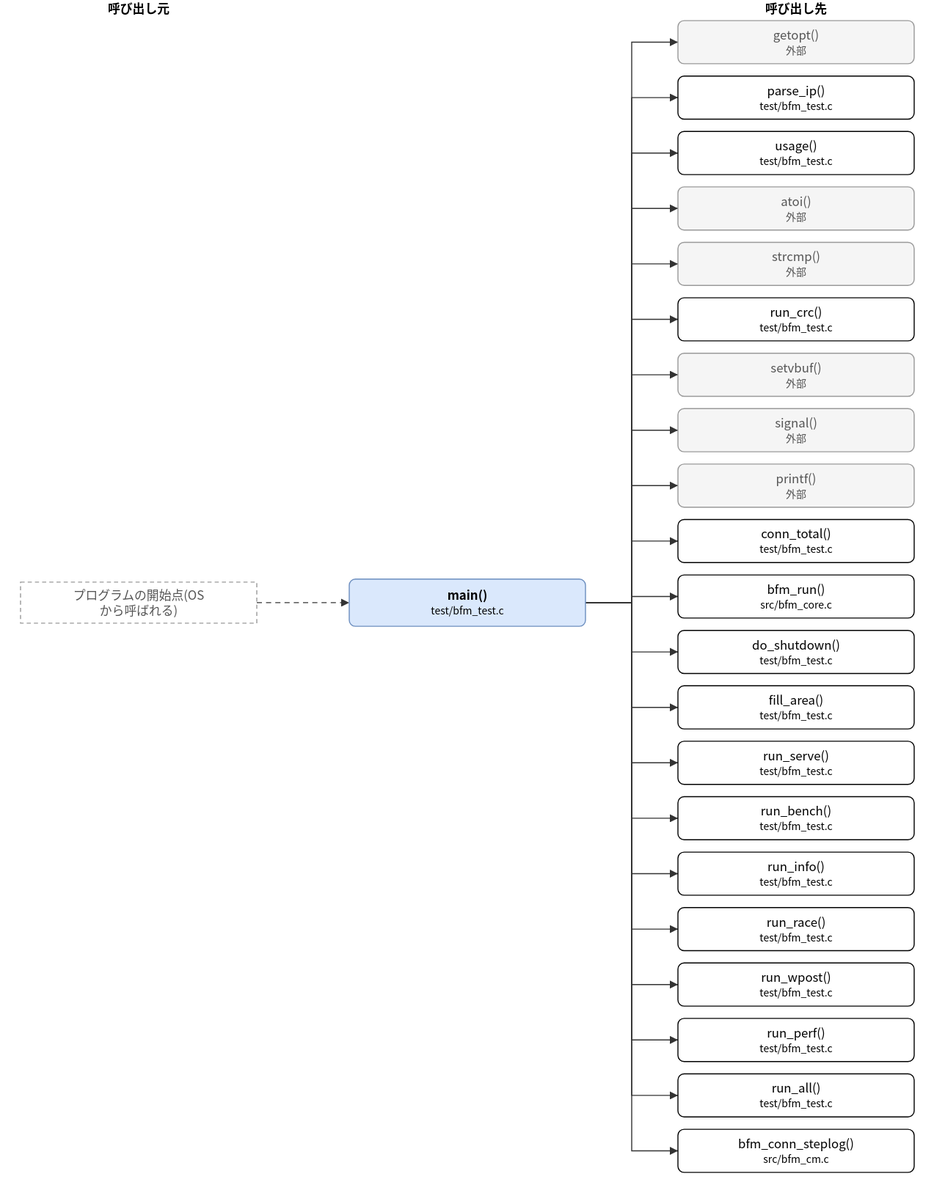
Earlier version of the draw.io export doc/spec/images/call_test_bfm_test-main.drawio.svg (hf355051012-ai/bfmem). Source tidied: cells renumbered, new cells last; positions are measured from the earlier drawing's top-left corner, leaving out a move shared by most shapes.
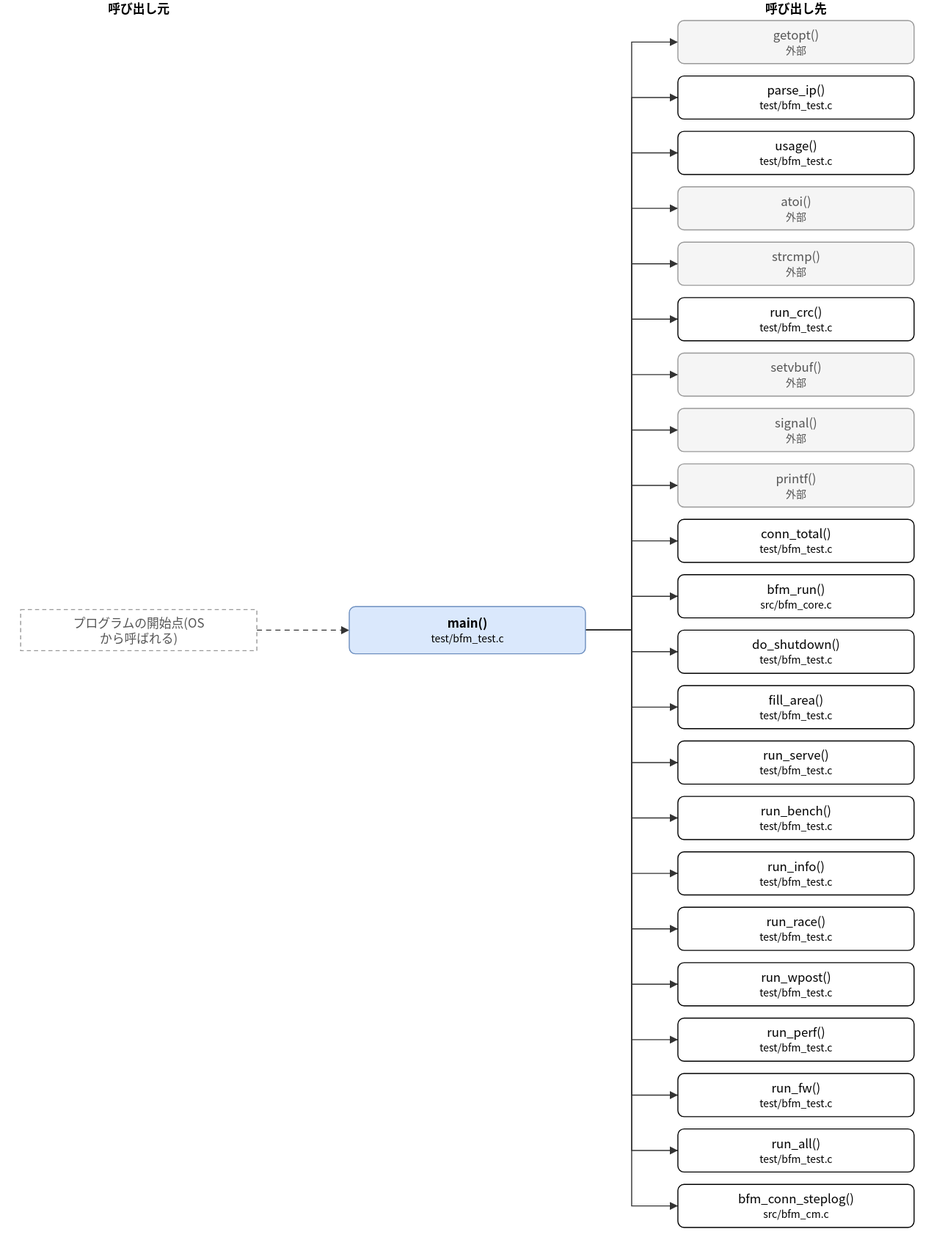
After the change.

Change to the diagram source:
```diff
@@ -3,7 +3,7 @@
     <mxCell id="0" />
     <mxCell id="1" parent="0" />
     <mxCell id="2" value="main()&lt;br&gt;&lt;font style=&quot;font-size:10px&quot;&gt;test/bfm_test.c&lt;/font&gt;" style="rounded=1;whiteSpace=wrap;html=1;fillColor=#dae8fc;strokeColor=#6c8ebf;fontStyle=1;" parent="1" vertex="1">
-      <mxGeometry x="320" y="564" width="230" height="46" as="geometry" />
+      <mxGeometry x="320" y="591" width="230" height="46" as="geometry" />
     </mxCell>
     <mxCell id="3" value="getopt()&lt;br&gt;&lt;font style=&quot;font-size:10px&quot;&gt;外部&lt;/font&gt;" style="rounded=1;whiteSpace=wrap;html=1;fillColor=#f5f5f5;strokeColor=#999999;fontColor=#555555;" parent="1" vertex="1">
       <mxGeometry x="640" y="20" width="230" height="42" as="geometry" />
@@ -62,19 +62,22 @@
     <mxCell id="21" value="run_perf()&lt;br&gt;&lt;font style=&quot;font-size:10px&quot;&gt;test/bfm_test.c&lt;/font&gt;" style="rounded=1;whiteSpace=wrap;html=1;" parent="1" vertex="1">
       <mxGeometry x="640" y="992" width="230" height="42" as="geometry" />
     </mxCell>
-    <mxCell id="22" value="run_all()&lt;br&gt;&lt;font style=&quot;font-size:10px&quot;&gt;test/bfm_test.c&lt;/font&gt;" style="rounded=1;whiteSpace=wrap;html=1;" parent="1" vertex="1">
+    <mxCell id="22" value="run_fw()&lt;br&gt;&lt;font style=&quot;font-size:10px&quot;&gt;test/bfm_test.c&lt;/font&gt;" style="rounded=1;whiteSpace=wrap;html=1;" parent="1" vertex="1">
       <mxGeometry x="640" y="1046" width="230" height="42" as="geometry" />
     </mxCell>
-    <mxCell id="23" value="bfm_conn_steplog()&lt;br&gt;&lt;font style=&quot;font-size:10px&quot;&gt;src/bfm_cm.c&lt;/font&gt;" style="rounded=1;whiteSpace=wrap;html=1;" parent="1" vertex="1">
+    <mxCell id="23" value="run_all()&lt;br&gt;&lt;font style=&quot;font-size:10px&quot;&gt;test/bfm_test.c&lt;/font&gt;" style="rounded=1;whiteSpace=wrap;html=1;" parent="1" vertex="1">
       <mxGeometry x="640" y="1100" width="230" height="42" as="geometry" />
     </mxCell>
+    <mxCell id="49" value="bfm_conn_steplog()&lt;br&gt;&lt;font style=&quot;font-size:10px&quot;&gt;src/bfm_cm.c&lt;/font&gt;" style="rounded=1;whiteSpace=wrap;html=1;" parent="1" vertex="1">
+      <mxGeometry x="640" y="1154" width="230" height="42" as="geometry" />
+    </mxCell>
     <mxCell id="24" value="プログラムの開始点(OS&lt;br&gt;から呼ばれる)" style="rounded=0;whiteSpace=wrap;html=1;dashed=1;strokeColor=#999999;fontColor=#555555;dashed=1;" parent="1" vertex="1">
-      <mxGeometry y="567" width="230" height="40" as="geometry" />
+      <mxGeometry y="594" width="230" height="40" as="geometry" />
     </mxCell>
     <mxCell id="25" style="edgeStyle=none;html=1;rounded=0;endArrow=block;endFill=1;exitX=1.0000;exitY=0.5000;exitDx=0;exitDy=0;exitPerimeter=0;entryX=0.0000;entryY=0.5000;entryDx=0;entryDy=0;entryPerimeter=0;" parent="1" edge="1" source="2" target="3">
       <mxGeometry relative="1" as="geometry">
         <Array as="points">
-          <mxPoint x="595" y="587" />
+          <mxPoint x="595" y="614" />
           <mxPoint x="595" y="41" />
         </Array>
       </mxGeometry>
@@ -82,7 +85,7 @@
     <mxCell id="26" style="edgeStyle=none;html=1;rounded=0;endArrow=block;endFill=1;exitX=1.0000;exitY=0.5000;exitDx=0;exitDy=0;exitPerimeter=0;entryX=0.0000;entryY=0.5000;entryDx=0;entryDy=0;entryPerimeter=0;" parent="1" edge="1" source="2" target="4">
       <mxGeometry relative="1" as="geometry">
         <Array as="points">
-          <mxPoint x="595" y="587" />
+          <mxPoint x="595" y="614" />
           <mxPoint x="595" y="95" />
         </Array>
       </mxGeometry>
@@ -90,7 +93,7 @@
     <mxCell id="27" style="edgeStyle=none;html=1;rounded=0;endArrow=block;endFill=1;exitX=1.0000;exitY=0.5000;exitDx=0;exitDy=0;exitPerimeter=0;entryX=0.0000;entryY=0.5000;entryDx=0;entryDy=0;entryPerimeter=0;" parent="1" edge="1" source="2" target="5">
       <mxGeometry relative="1" as="geometry">
         <Array as="points">
-          <mxPoint x="595" y="587" />
+          <mxPoint x="595" y="614" />
           <mxPoint x="595" y="149" />
         </Array>
       </mxGeometry>
@@ -98,7 +101,7 @@
     <mxCell id="28" style="edgeStyle=none;html=1;rounded=0;endArrow=block;endFill=1;exitX=1.0000;exitY=0.5000;exitDx=0;exitDy=0;exitPerimeter=0;entryX=0.0000;entryY=0.5000;entryDx=0;entryDy=0;entryPerimeter=0;" parent="1" edge="1" source="2" target="6">
       <mxGeometry relative="1" as="geometry">
         <Array as="points">
-          <mxPoint x="595" y="587" />
+          <mxPoint x="595" y="614" />
           <mxPoint x="595" y="203" />
         </Array>
       </mxGeometry>
@@ -106,7 +109,7 @@
     <mxCell id="29" style="edgeStyle=none;html=1;rounded=0;endArrow=block;endFill=1;exitX=1.0000;exitY=0.5000;exitDx=0;exitDy=0;exitPerimeter=0;entryX=0.0000;entryY=0.5000;entryDx=0;entryDy=0;entryPerimeter=0;" parent="1" edge="1" source="2" target="7">
       <mxGeometry relative="1" as="geometry">
         <Array as="points">
-          <mxPoint x="595" y="587" />
+          <mxPoint x="595" y="614" />
           <mxPoint x="595" y="257" />
         </Array>
       </mxGeometry>
@@ -114,7 +117,7 @@
     <mxCell id="30" style="edgeStyle=none;html=1;rounded=0;endArrow=block;endFill=1;exitX=1.0000;exitY=0.5000;exitDx=0;exitDy=0;exitPerimeter=0;entryX=0.0000;entryY=0.5000;entryDx=0;entryDy=0;entryPerimeter=0;" parent="1" edge="1" source="2" target="8">
       <mxGeometry relative="1" as="geometry">
         <Array as="points">
-          <mxPoint x="595" y="587" />
+          <mxPoint x="595" y="614" />
           <mxPoint x="595" y="311" />
         </Array>
       </mxGeometry>
@@ -122,7 +125,7 @@
     <mxCell id="31" style="edgeStyle=none;html=1;rounded=0;endArrow=block;endFill=1;exitX=1.0000;exitY=0.5000;exitDx=0;exitDy=0;exitPerimeter=0;entryX=0.0000;entryY=0.5000;entryDx=0;entryDy=0;entryPerimeter=0;" parent="1" edge="1" source="2" target="9">
       <mxGeometry relative="1" as="geometry">
         <Array as="points">
-          <mxPoint x="595" y="587" />
+          <mxPoint x="595" y="614" />
           <mxPoint x="595" y="365" />
         </Array>
       </mxGeometry>
@@ -130,7 +133,7 @@
     <mxCell id="32" style="edgeStyle=none;html=1;rounded=0;endArrow=block;endFill=1;exitX=1.0000;exitY=0.5000;exitDx=0;exitDy=0;exitPerimeter=0;entryX=0.0000;entryY=0.5000;entryDx=0;entryDy=0;entryPerimeter=0;" parent="1" edge="1" source="2" target="10">
       <mxGeometry relative="1" as="geometry">
         <Array as="points">
-          <mxPoint x="595" y="587" />
+          <mxPoint x="595" y="614" />
           <mxPoint x="595" y="419" />
         </Array>
       </mxGeometry>
@@ -138,7 +141,7 @@
     <mxCell id="33" style="edgeStyle=none;html=1;rounded=0;endArrow=block;endFill=1;exitX=1.0000;exitY=0.5000;exitDx=0;exitDy=0;exitPerimeter=0;entryX=0.0000;entryY=0.5000;entryDx=0;entryDy=0;entryPerimeter=0;" parent="1" edge="1" source="2" target="11">
       <mxGeometry relative="1" as="geometry">
         <Array as="points">
-          <mxPoint x="595" y="587" />
+          <mxPoint x="595" y="614" />
           <mxPoint x="595" y="473" />
         </Array>
       </mxGeometry>
@@ -146,7 +149,7 @@
     <mxCell id="34" style="edgeStyle=none;html=1;rounded=0;endArrow=block;endFill=1;exitX=1.0000;exitY=0.5000;exitDx=0;exitDy=0;exitPerimeter=0;entryX=0.0000;entryY=0.5000;entryDx=0;entryDy=0;entryPerimeter=0;" parent="1" edge="1" source="2" target="12">
       <mxGeometry relative="1" as="geometry">
         <Array as="points">
-          <mxPoint x="595" y="587" />
+          <mxPoint x="595" y="614" />
           <mxPoint x="595" y="527" />
         </Array>
       </mxGeometry>
@@ -154,7 +157,7 @@
     <mxCell id="35" style="edgeStyle=none;html=1;rounded=0;endArrow=block;endFill=1;exitX=1.0000;exitY=0.5000;exitDx=0;exitDy=0;exitPerimeter=0;entryX=0.0000;entryY=0.5000;entryDx=0;entryDy=0;entryPerimeter=0;" parent="1" edge="1" source="2" target="13">
       <mxGeometry relative="1" as="geometry">
         <Array as="points">
-          <mxPoint x="595" y="587" />
+          <mxPoint x="595" y="614" />
           <mxPoint x="595" y="581" />
         </Array>
       </mxGeometry>
@@ -162,7 +165,7 @@
     <mxCell id="36" style="edgeStyle=none;html=1;rounded=0;endArrow=block;endFill=1;exitX=1.0000;exitY=0.5000;exitDx=0;exitDy=0;exitPerimeter=0;entryX=0.0000;entryY=0.5000;entryDx=0;entryDy=0;entryPerimeter=0;" parent="1" edge="1" source="2" target="14">
       <mxGeometry relative="1" as="geometry">
         <Array as="points">
-          <mxPoint x="595" y="587" />
+          <mxPoint x="595" y="614" />
           <mxPoint x="595" y="635" />
         </Array>
       </mxGeometry>
@@ -170,7 +173,7 @@
     <mxCell id="37" style="edgeStyle=none;html=1;rounded=0;endArrow=block;endFill=1;exitX=1.0000;exitY=0.5000;exitDx=0;exitDy=0;exitPerimeter=0;entryX=0.0000;entryY=0.5000;entryDx=0;entryDy=0;entryPerimeter=0;" parent="1" edge="1" source="2" target="15">
       <mxGeometry relative="1" as="geometry">
         <Array as="points">
-          <mxPoint x="595" y="587" />
+          <mxPoint x="595" y="614" />
           <mxPoint x="595" y="689" />
         </Array>
       </mxGeometry>
@@ -178,7 +181,7 @@
     <mxCell id="38" style="edgeStyle=none;html=1;rounded=0;endArrow=block;endFill=1;exitX=1.0000;exitY=0.5000;exitDx=0;exitDy=0;exitPerimeter=0;entryX=0.0000;entryY=0.5000;entryDx=0;entryDy=0;entryPerimeter=0;" parent="1" edge="1" source="2" target="16">
       <mxGeometry relative="1" as="geometry">
         <Array as="points">
-          <mxPoint x="595" y="587" />
+          <mxPoint x="595" y="614" />
           <mxPoint x="595" y="743" />
         </Array>
       </mxGeometry>
@@ -186,7 +189,7 @@
     <mxCell id="39" style="edgeStyle=none;html=1;rounded=0;endArrow=block;endFill=1;exitX=1.0000;exitY=0.5000;exitDx=0;exitDy=0;exitPerimeter=0;entryX=0.0000;entryY=0.5000;entryDx=0;entryDy=0;entryPerimeter=0;" parent="1" edge="1" source="2" target="17">
       <mxGeometry relative="1" as="geometry">
         <Array as="points">
-          <mxPoint x="595" y="587" />
+          <mxPoint x="595" y="614" />
           <mxPoint x="595" y="797" />
         </Array>
       </mxGeometry>
@@ -194,7 +197,7 @@
     <mxCell id="40" style="edgeStyle=none;html=1;rounded=0;endArrow=block;endFill=1;exitX=1.0000;exitY=0.5000;exitDx=0;exitDy=0;exitPerimeter=0;entryX=0.0000;entryY=0.5000;entryDx=0;entryDy=0;entryPerimeter=0;" parent="1" edge="1" source="2" target="18">
       <mxGeometry relative="1" as="geometry">
         <Array as="points">
-          <mxPoint x="595" y="587" />
+          <mxPoint x="595" y="614" />
           <mxPoint x="595" y="851" />
         </Array>
       </mxGeometry>
@@ -202,7 +205,7 @@
     <mxCell id="41" style="edgeStyle=none;html=1;rounded=0;endArrow=block;endFill=1;exitX=1.0000;exitY=0.5000;exitDx=0;exitDy=0;exitPerimeter=0;entryX=0.0000;entryY=0.5000;entryDx=0;entryDy=0;entryPerimeter=0;" parent="1" edge="1" source="2" target="19">
       <mxGeometry relative="1" as="geometry">
         <Array as="points">
-          <mxPoint x="595" y="587" />
+          <mxPoint x="595" y="614" />
           <mxPoint x="595" y="905" />
         </Array>
       </mxGeometry>
@@ -210,7 +213,7 @@
     <mxCell id="42" style="edgeStyle=none;html=1;rounded=0;endArrow=block;endFill=1;exitX=1.0000;exitY=0.5000;exitDx=0;exitDy=0;exitPerimeter=0;entryX=0.0000;entryY=0.5000;entryDx=0;entryDy=0;entryPerimeter=0;" parent="1" edge="1" source="2" target="20">
       <mxGeometry relative="1" as="geometry">
         <Array as="points">
-          <mxPoint x="595" y="587" />
+          <mxPoint x="595" y="614" />
           <mxPoint x="595" y="959" />
         </Array>
       </mxGeometry>
@@ -218,7 +221,7 @@
     <mxCell id="43" style="edgeStyle=none;html=1;rounded=0;endArrow=block;endFill=1;exitX=1.0000;exitY=0.5000;exitDx=0;exitDy=0;exitPerimeter=0;entryX=0.0000;entryY=0.5000;entryDx=0;entryDy=0;entryPerimeter=0;" parent="1" edge="1" source="2" target="21">
       <mxGeometry relative="1" as="geometry">
         <Array as="points">
-          <mxPoint x="595" y="587" />
+          <mxPoint x="595" y="614" />
           <mxPoint x="595" y="1013" />
         </Array>
       </mxGeometry>
@@ -226,7 +229,7 @@
     <mxCell id="44" style="edgeStyle=none;html=1;rounded=0;endArrow=block;endFill=1;exitX=1.0000;exitY=0.5000;exitDx=0;exitDy=0;exitPerimeter=0;entryX=0.0000;entryY=0.5000;entryDx=0;entryDy=0;entryPerimeter=0;" parent="1" edge="1" source="2" target="22">
       <mxGeometry relative="1" as="geometry">
         <Array as="points">
-          <mxPoint x="595" y="587" />
+          <mxPoint x="595" y="614" />
           <mxPoint x="595" y="1067" />
         </Array>
       </mxGeometry>
@@ -234,14 +237,22 @@
     <mxCell id="45" style="edgeStyle=none;html=1;rounded=0;endArrow=block;endFill=1;exitX=1.0000;exitY=0.5000;exitDx=0;exitDy=0;exitPerimeter=0;entryX=0.0000;entryY=0.5000;entryDx=0;entryDy=0;entryPerimeter=0;" parent="1" edge="1" source="2" target="23">
       <mxGeometry relative="1" as="geometry">
         <Array as="points">
-          <mxPoint x="595" y="587" />
+          <mxPoint x="595" y="614" />
           <mxPoint x="595" y="1121" />
         </Array>
       </mxGeometry>
     </mxCell>
-    <mxCell id="46" style="edgeStyle=none;html=1;rounded=0;endArrow=block;endFill=1;exitX=1.0000;exitY=0.5000;exitDx=0;exitDy=0;exitPerimeter=0;entryX=0.0000;entryY=0.5000;entryDx=0;entryDy=0;entryPerimeter=0;dashed=1;" parent="1" edge="1" source="24" target="2">
-      <mxGeometry relative="1" as="geometry" />
+    <mxCell id="46" style="edgeStyle=none;html=1;rounded=0;endArrow=block;endFill=1;exitX=1.0000;exitY=0.5000;exitDx=0;exitDy=0;exitPerimeter=0;entryX=0.0000;entryY=0.5000;entryDx=0;entryDy=0;entryPerimeter=0;" parent="1" edge="1" source="2" target="49">
+      <mxGeometry relative="1" as="geometry">
+        <Array as="points">
+          <mxPoint x="595" y="614" />
+          <mxPoint x="595" y="1175" />
+        </Array>
+      </mxGeometry>
     </mxCell>
+    <mxCell id="50" style="edgeStyle=none;html=1;rounded=0;endArrow=block;endFill=1;exitX=1.0000;exitY=0.5000;exitDx=0;exitDy=0;exitPerimeter=0;entryX=0.0000;entryY=0.5000;entryDx=0;entryDy=0;entryPerimeter=0;dashed=1;" parent="1" edge="1" source="24" target="2">
+      <mxGeometry relative="1" as="geometry" />
+    </mxCell>
     <mxCell id="47" value="呼び出し元" style="text;html=1;align=center;fontStyle=1;" parent="1" vertex="1">
       <mxGeometry x="35" width="160" height="18" as="geometry" />
     </mxCell>
```
